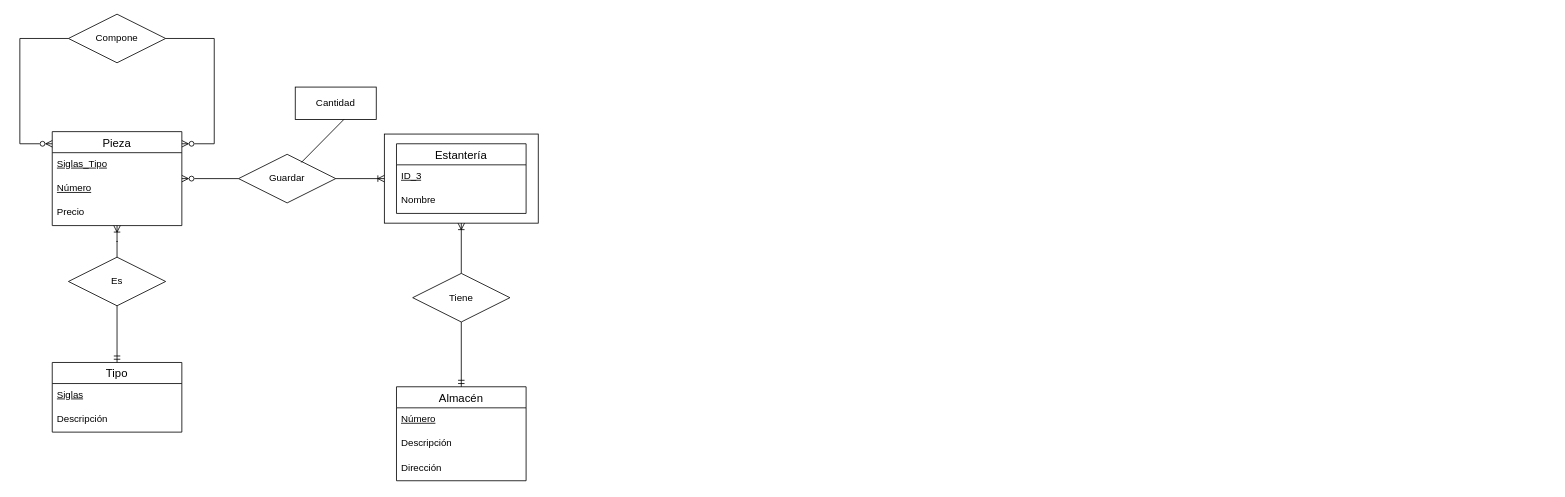
Earlier version of the draw.io diagram TA12EJ5.drawio (AlejandroCara/acr-tsys-modeloER-drawio-1110). Source tidied: cells renumbered, new cells numbered last; positions are measured from the earlier drawing's top-left corner, leaving out a move shared by most shapes. Both pictures are drawn from the tidied source at 81%, with x=0, y=0 at pixel (19, 14).
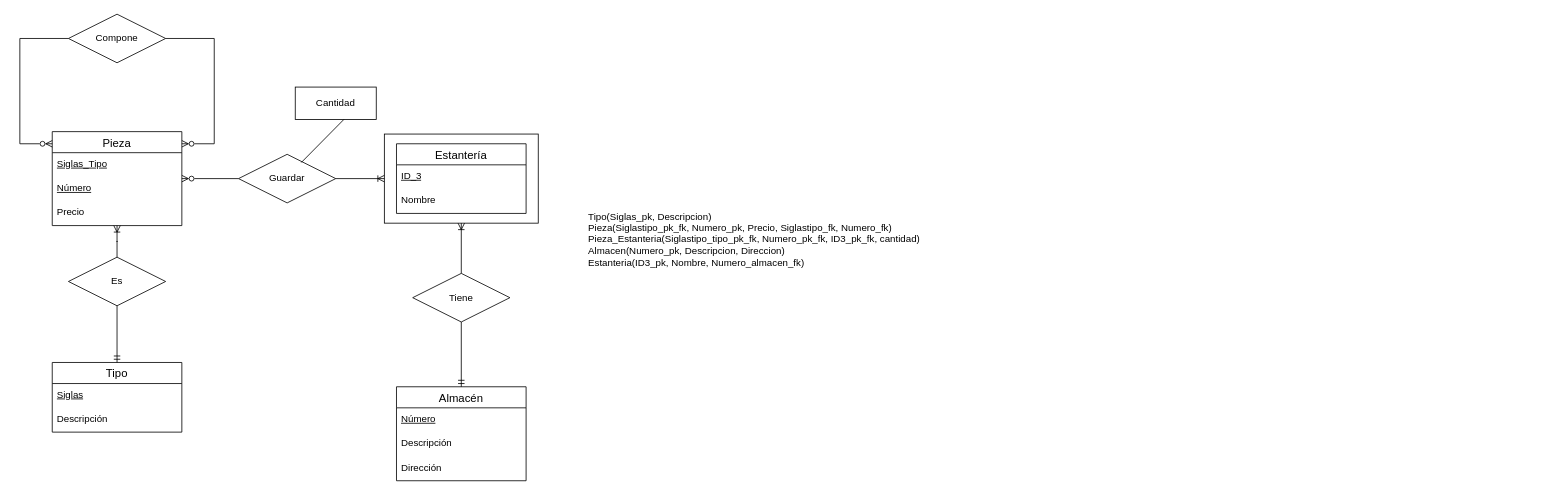
After the change.

The edit, as a diff of the source:
```diff
@@
+    <mxCell id="31" value="Tipo(Siglas_pk, Descripcion)&lt;br&gt;Pieza(Siglastipo_pk_fk, Numero_pk, Precio, Siglastipo_fk, Numero_fk)&lt;br&gt;Pieza_Estanteria(Siglastipo_tipo_pk_fk, Numero_pk_fk, ID3_pk_fk, cantidad)&lt;br&gt;Almacen(Numero_pk, Descripcion, Direccion)&lt;br style=&quot;border-color: var(--border-color);&quot;&gt;Estanteria(ID3_pk, Nombre, Numero_almacen_fk)" style="text;html=1;strokeColor=none;fillColor=none;align=left;verticalAlign=middle;whiteSpace=wrap;rounded=0;" parent="1" vertex="1">
+      <mxGeometry x="700" y="176" width="1190" height="204" as="geometry" />
+    </mxCell>
```
